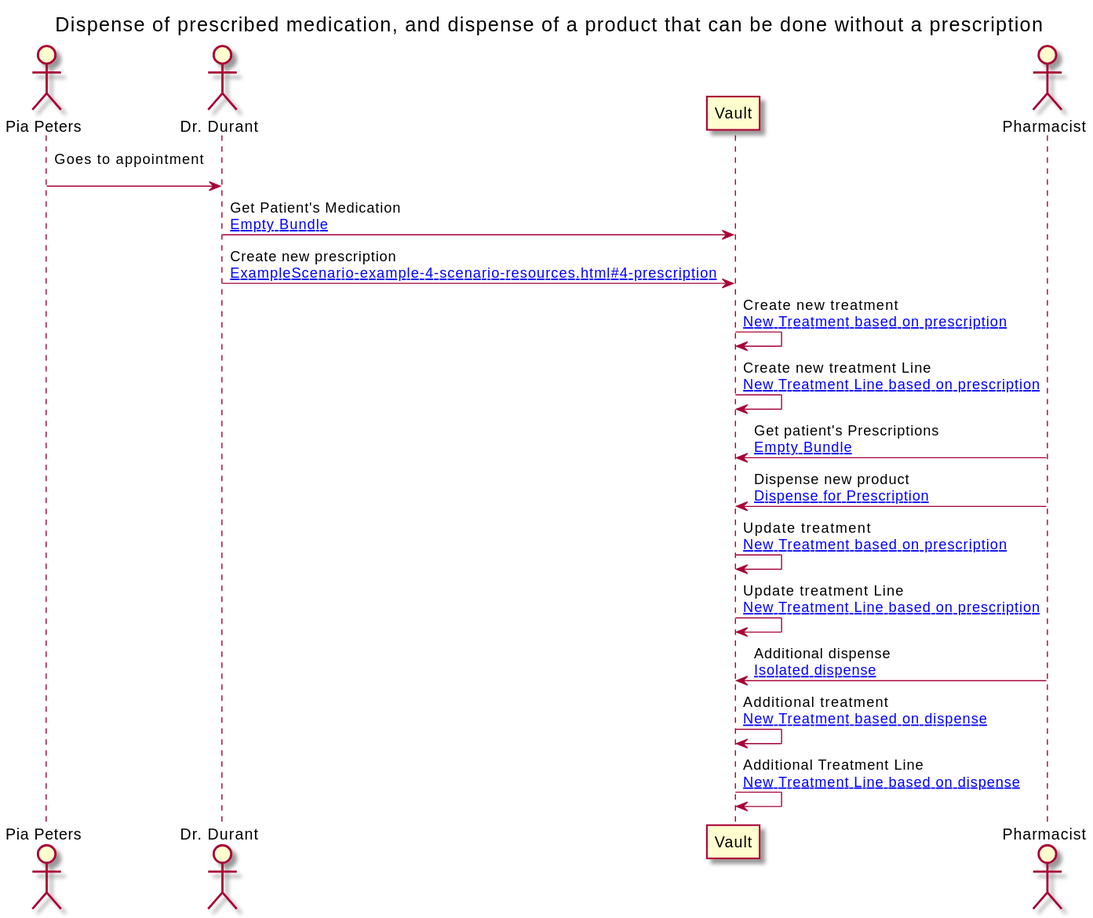
This is branches/master/ExampleScenario-example-4-scenario.svg from costateixeira/hl7-be-fhir-medication, a PlantUML export, as it was before one commit.
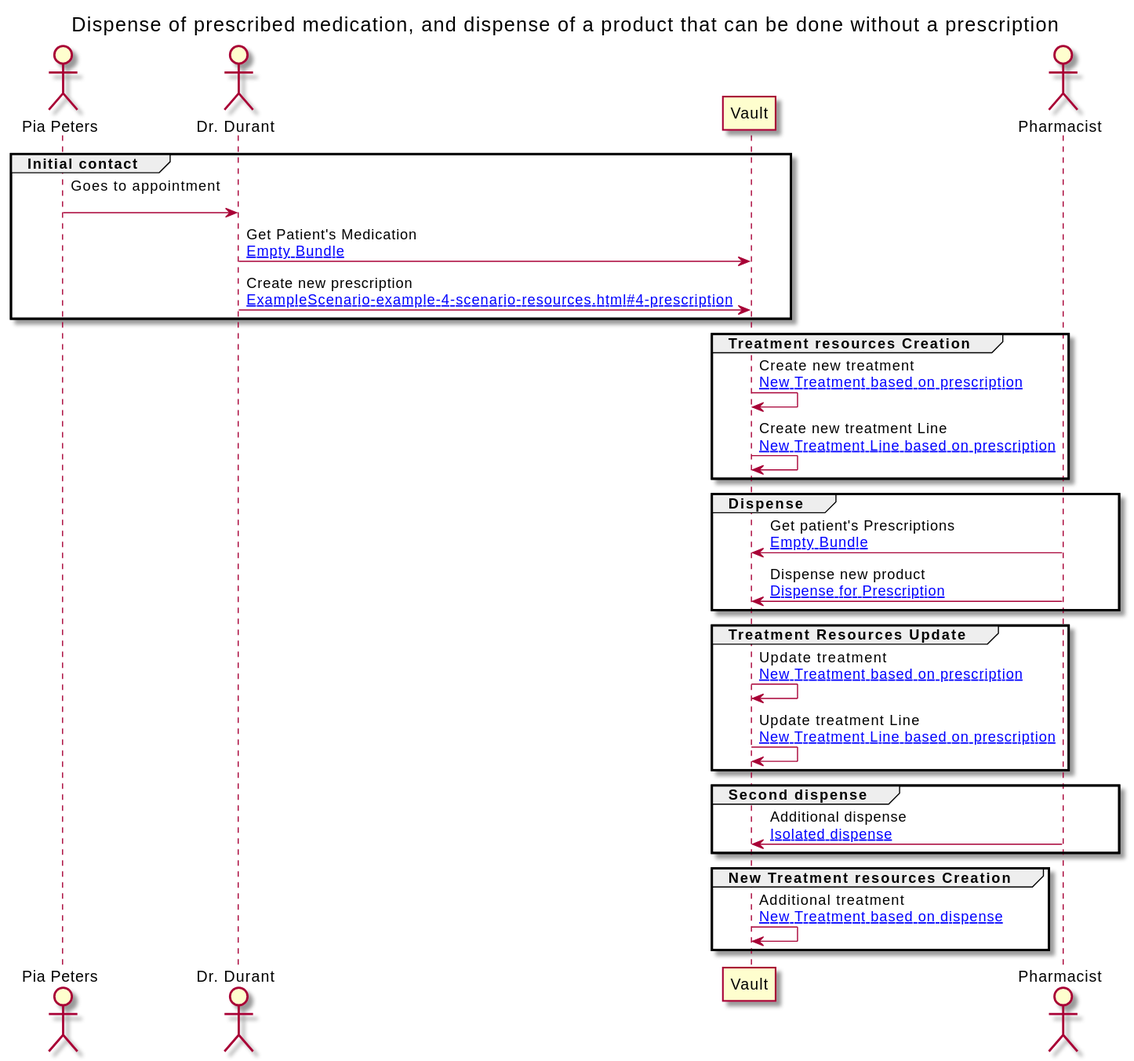
After the commit.

The edit, as a diff of the source:
```diff
@@ -13,29 +13,40 @@
 
 
 
+group Initial contact
+
 PATIENT -> GP : Goes to appointment\n
+GP -> VAULT : Get Patient's Medication\n[[ExampleScenario-example-4-scenario-resources.html#EB Empty Bundle]]
+GP -> VAULT : Create new prescription\n[[ExampleScenario-example-4-scenario-resources.html#4-prescription ]]
+end
 
-GP -> VAULT : Get Patient's Medication\n[[ExampleScenario-example-4-scenario-resources.html#EB Empty Bundle]]
-
-GP -> VAULT : Create new prescription\n[[ExampleScenario-example-4-scenario-resources.html#4-prescription ]]
+group Treatment resources Creation
 
 VAULT -> VAULT : Create new treatment\n[[ExampleScenario-example-4-scenario-resources.html#4-1-treatment New Treatment based on prescription]]
+VAULT -> VAULT : Create new treatment Line\n[[ExampleScenario-example-4-scenario-resources.html#4-1-treatmentLine New Treatment Line based on prescription]]
+end
 
-VAULT -> VAULT : Create new treatment Line\n[[ExampleScenario-example-4-scenario-resources.html#4-1-treatmentLine New Treatment Line based on prescription]]
+group Dispense
 
 PHARM -> VAULT : Get patient's Prescriptions\n[[ExampleScenario-example-4-scenario-resources.html#EB Empty Bundle]]
+PHARM -> VAULT : Dispense new product\n[[ExampleScenario-example-4-scenario-resources.html#4-1-dispense Dispense for Prescription]]
+end
 
-PHARM -> VAULT : Dispense new product\n[[ExampleScenario-example-4-scenario-resources.html#4-1-dispense Dispense for Prescription]]
+group Treatment Resources Update
 
 VAULT -> VAULT : Update treatment\n[[ExampleScenario-example-4-scenario-resources.html#4-1-treatment New Treatment based on prescription]]
+VAULT -> VAULT : Update treatment Line\n[[ExampleScenario-example-4-scenario-resources.html#4-1-treatmentLine New Treatment Line based on prescription]]
+end
 
-VAULT -> VAULT : Update treatment Line\n[[ExampleScenario-example-4-scenario-resources.html#4-1-treatmentLine New Treatment Line based on prescription]]
+group Second dispense
 
 PHARM -> VAULT : Additional dispense\n[[ExampleScenario-example-4-scenario-resources.html#4-2-dispense Isolated dispense]]
+end
+
+group New Treatment resources Creation
 
 VAULT -> VAULT : Additional treatment\n[[ExampleScenario-example-4-scenario-resources.html#4-2-treatment New Treatment based on dispense]]
-
-VAULT -> VAULT : Additional Treatment Line\n[[ExampleScenario-example-4-scenario-resources.html#4-2-treatmentLine New Treatment Line based on dispense]]
+end
 
 
 @enduml
```
